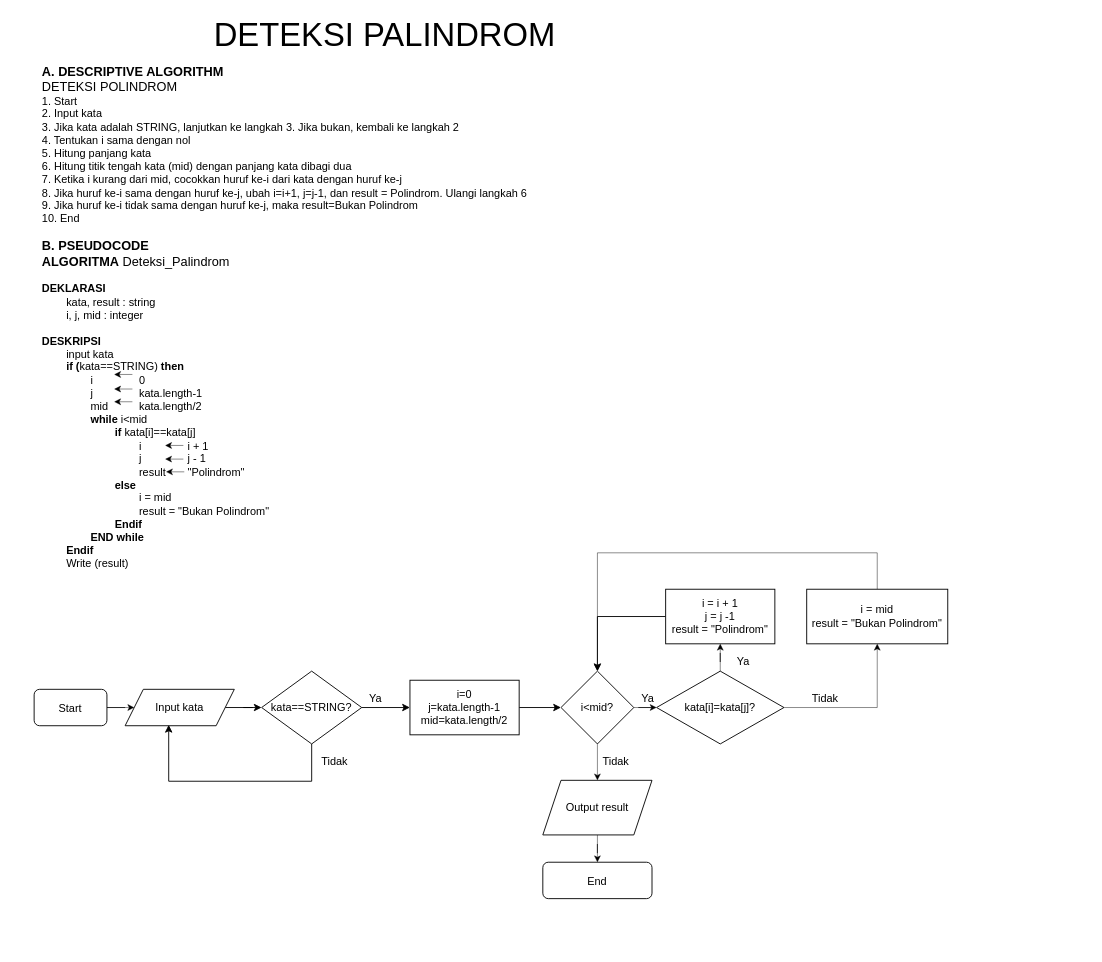
The draw.io diagram palindrom.drawio in juumelisa/fw5-algoritma, before the edit. Source tidied: cells renumbered, new cells numbered last; positions are measured from the earlier drawing's top-left corner, leaving out a move shared by most shapes. Both pictures are drawn from the tidied source at 91%, with x=0, y=0 at pixel (34, 21).
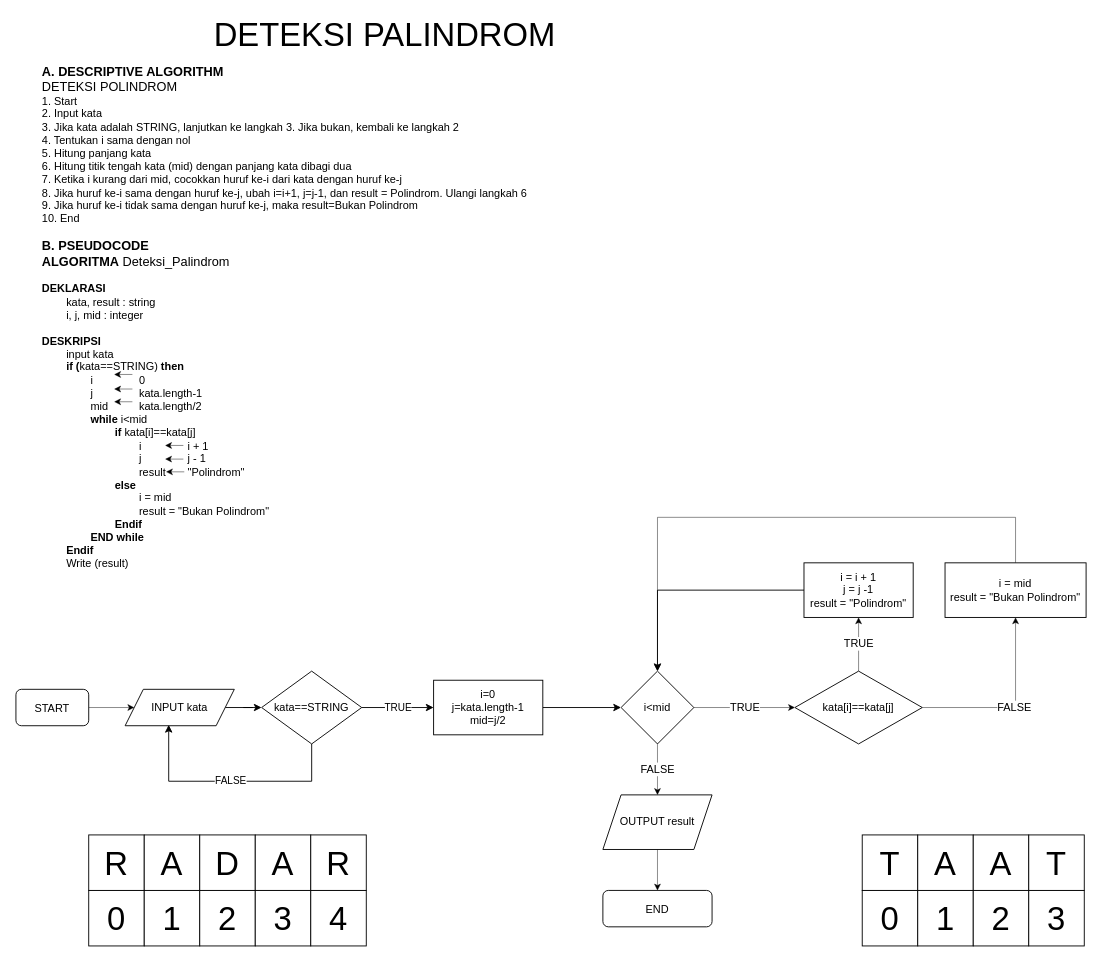
Above is the later version.

Diff of the diagram source:
```diff
@@
-    <mxCell id="12" value="&lt;font style=&quot;font-size: 12px&quot;&gt;Start&lt;/font&gt;" style="rounded=1;whiteSpace=wrap;html=1;fontSize=14;" parent="1" vertex="1">
-      <mxGeometry y="734" width="80" height="40" as="geometry" />
+    <mxCell id="12" value="&lt;font style=&quot;font-size: 12px&quot;&gt;START&lt;/font&gt;" style="rounded=1;whiteSpace=wrap;html=1;fontSize=14;" parent="1" vertex="1">
+      <mxGeometry x="-20" y="734" width="80" height="40" as="geometry" />
     </mxCell>
-    <mxCell id="13" value="&lt;font style=&quot;font-size: 12px&quot;&gt;End&lt;/font&gt;" style="rounded=1;whiteSpace=wrap;html=1;fontSize=14;" parent="1" vertex="1">
-      <mxGeometry x="559" y="924" width="120" height="40" as="geometry" />
+    <mxCell id="13" value="&lt;span style=&quot;font-size: 12px&quot;&gt;END&lt;/span&gt;" style="rounded=1;whiteSpace=wrap;html=1;fontSize=14;" parent="1" vertex="1">
+      <mxGeometry x="625" y="955" width="120" height="40" as="geometry" />
     </mxCell>
@@
-    <mxCell id="15" value="Input kata" style="shape=parallelogram;perimeter=parallelogramPerimeter;whiteSpace=wrap;html=1;fixedSize=1;fontSize=12;" parent="1" vertex="1">
+    <mxCell id="15" value="INPUT kata" style="shape=parallelogram;perimeter=parallelogramPerimeter;whiteSpace=wrap;html=1;fixedSize=1;fontSize=12;" parent="1" vertex="1">
       <mxGeometry x="100" y="734" width="120" height="40" as="geometry" />
     </mxCell>
-    <mxCell id="16" style="edgeStyle=orthogonalEdgeStyle;rounded=0;jettySize=auto;html=1;" parent="1" edge="1" source="17" target="20">
+    <mxCell id="16" style="edgeStyle=orthogonalEdgeStyle;rounded=0;jettySize=auto;html=1;fontSize=36;" parent="1" edge="1" source="17" target="20">
       <mxGeometry relative="1" as="geometry" />
     </mxCell>
-    <mxCell id="17" value="i=0&lt;br&gt;j=kata.length-1&lt;br&gt;mid=kata.length/2" style="rounded=0;whiteSpace=wrap;html=1;fontSize=12;" parent="1" vertex="1">
-      <mxGeometry x="413" y="724" width="120" height="60" as="geometry" />
+    <mxCell id="17" value="i=0&lt;br&gt;j=kata.length-1&lt;br&gt;mid=j/2" style="rounded=0;whiteSpace=wrap;html=1;fontSize=12;" parent="1" vertex="1">
+      <mxGeometry x="439" y="724" width="120" height="60" as="geometry" />
     </mxCell>
-    <mxCell id="18" style="edgeStyle=orthogonalEdgeStyle;rounded=0;jettySize=auto;html=1;fontSize=12;strokeWidth=0.5;" parent="1" edge="1" source="20" target="23">
+    <mxCell id="18" value="TRUE" style="edgeStyle=orthogonalEdgeStyle;rounded=0;jettySize=auto;html=1;fontSize=12;strokeWidth=0.5;" parent="1" edge="1" source="20" target="23">
       <mxGeometry relative="1" as="geometry" />
     </mxCell>
-    <mxCell id="19" style="edgeStyle=orthogonalEdgeStyle;rounded=0;jettySize=auto;html=1;fontSize=12;strokeWidth=0.5;" parent="1" edge="1" source="20" target="29">
+    <mxCell id="19" value="FALSE" style="edgeStyle=orthogonalEdgeStyle;rounded=0;jettySize=auto;html=1;fontSize=12;strokeWidth=0.5;" parent="1" edge="1" source="20" target="29">
       <mxGeometry relative="1" as="geometry" />
     </mxCell>
-    <mxCell id="20" value="i&amp;lt;mid?" style="rhombus;whiteSpace=wrap;html=1;fontSize=12;" parent="1" vertex="1">
-      <mxGeometry x="579" y="714" width="80" height="80" as="geometry" />
+    <mxCell id="20" value="i&amp;lt;mid" style="rhombus;whiteSpace=wrap;html=1;fontSize=12;" parent="1" vertex="1">
+      <mxGeometry x="645" y="714" width="80" height="80" as="geometry" />
     </mxCell>
-    <mxCell id="21" style="edgeStyle=orthogonalEdgeStyle;rounded=0;jettySize=auto;html=1;fontSize=12;strokeWidth=0.5;" parent="1" edge="1" source="23" target="25">
+    <mxCell id="21" value="TRUE" style="edgeStyle=orthogonalEdgeStyle;rounded=0;jettySize=auto;html=1;fontSize=12;strokeWidth=0.5;" parent="1" edge="1" source="23" target="25">
       <mxGeometry relative="1" as="geometry" />
     </mxCell>
-    <mxCell id="22" style="edgeStyle=orthogonalEdgeStyle;rounded=0;jettySize=auto;html=1;fontSize=12;strokeWidth=0.5;" parent="1" edge="1" source="23" target="27">
+    <mxCell id="22" value="FALSE" style="edgeStyle=orthogonalEdgeStyle;rounded=0;jettySize=auto;html=1;fontSize=12;strokeWidth=0.5;" parent="1" edge="1" source="23" target="27">
       <mxGeometry relative="1" as="geometry" />
     </mxCell>
-    <mxCell id="23" value="kata[i]=kata[j]?" style="rhombus;whiteSpace=wrap;html=1;fontSize=12;" parent="1" vertex="1">
-      <mxGeometry x="684" y="714" width="140" height="80" as="geometry" />
+    <mxCell id="23" value="kata[i]==kata[j]" style="rhombus;whiteSpace=wrap;html=1;fontSize=12;" parent="1" vertex="1">
+      <mxGeometry x="836" y="714" width="140" height="80" as="geometry" />
     </mxCell>
@@
     <mxCell id="25" value="i = i + 1&lt;br&gt;j = j -1&lt;br&gt;result = &quot;Polindrom&quot;" style="rounded=0;whiteSpace=wrap;html=1;fontSize=12;" parent="1" vertex="1">
-      <mxGeometry x="694" y="624" width="120" height="60" as="geometry" />
+      <mxGeometry x="846" y="595" width="120" height="60" as="geometry" />
     </mxCell>
     <mxCell id="26" style="edgeStyle=orthogonalEdgeStyle;rounded=0;jettySize=auto;html=1;fontSize=12;strokeWidth=0.5;entryX=0.5;entryY=0;entryDx=0;entryDy=0;" parent="1" edge="1" source="27" target="20">
       <mxGeometry relative="1" as="geometry">
         <Array as="points">
-          <mxPoint x="927" y="584" />
-          <mxPoint x="619" y="584" />
+          <mxPoint x="1079" y="545" />
+          <mxPoint x="685" y="545" />
         </Array>
       </mxGeometry>
     </mxCell>
     <mxCell id="27" value="i = mid&lt;br&gt;result = &quot;Bukan Polindrom&quot;" style="rounded=0;whiteSpace=wrap;html=1;fontSize=12;" parent="1" vertex="1">
-      <mxGeometry x="849" y="624" width="155" height="60" as="geometry" />
+      <mxGeometry x="1001" y="595" width="155" height="60" as="geometry" />
     </mxCell>
@@
-    <mxCell id="29" value="Output result" style="shape=parallelogram;perimeter=parallelogramPerimeter;whiteSpace=wrap;html=1;fixedSize=1;fontSize=12;" parent="1" vertex="1">
-      <mxGeometry x="559" y="834" width="120" height="60" as="geometry" />
+    <mxCell id="29" value="OUTPUT result" style="shape=parallelogram;perimeter=parallelogramPerimeter;whiteSpace=wrap;html=1;fixedSize=1;fontSize=12;" parent="1" vertex="1">
+      <mxGeometry x="625" y="850" width="120" height="60" as="geometry" />
     </mxCell>
-    <mxCell id="30" value="Ya" style="text;html=1;align=center;verticalAlign=middle;fillColor=none;strokeColor=none;rounded=0;fontSize=12;" parent="1" vertex="1">
-      <mxGeometry x="659" y="734" width="30" height="20" as="geometry" />
-    </mxCell>
-    <mxCell id="31" value="Ya" style="text;html=1;align=center;verticalAlign=middle;fillColor=none;strokeColor=none;rounded=0;fontSize=12;" parent="1" vertex="1">
-      <mxGeometry x="764" y="694" width="30" height="20" as="geometry" />
-    </mxCell>
-    <mxCell id="32" value="Tidak" style="text;html=1;align=center;verticalAlign=middle;fillColor=none;strokeColor=none;rounded=0;fontSize=12;" parent="1" vertex="1">
-      <mxGeometry x="619" y="804" width="40" height="20" as="geometry" />
-    </mxCell>
-    <mxCell id="33" value="Tidak" style="text;html=1;align=center;verticalAlign=middle;fillColor=none;strokeColor=none;rounded=0;fontSize=12;" parent="1" vertex="1">
-      <mxGeometry x="849" y="734" width="40" height="20" as="geometry" />
-    </mxCell>
-    <mxCell id="34" style="edgeStyle=orthogonalEdgeStyle;rounded=0;jettySize=auto;html=1;" parent="1" edge="1" source="36" target="17">
+    <mxCell id="34" value="TRUE" style="edgeStyle=orthogonalEdgeStyle;rounded=0;jettySize=auto;html=1;" parent="1" edge="1" source="36" target="17">
       <mxGeometry relative="1" as="geometry" />
     </mxCell>
-    <mxCell id="35" style="edgeStyle=orthogonalEdgeStyle;rounded=0;jettySize=auto;html=1;entryX=0.399;entryY=0.976;entryDx=0;entryDy=0;entryPerimeter=0;" parent="1" edge="1" source="36" target="15">
+    <mxCell id="35" value="FALSE" style="edgeStyle=orthogonalEdgeStyle;rounded=0;jettySize=auto;html=1;entryX=0.399;entryY=0.976;entryDx=0;entryDy=0;entryPerimeter=0;" parent="1" edge="1" source="36" target="15">
       <mxGeometry relative="1" as="geometry">
         <Array as="points">
           <mxPoint x="305" y="835" />
           <mxPoint x="148" y="835" />
         </Array>
       </mxGeometry>
     </mxCell>
-    <mxCell id="36" value="kata==STRING?" style="rhombus;whiteSpace=wrap;html=1;" parent="1" vertex="1">
+    <mxCell id="36" value="kata==STRING" style="rhombus;whiteSpace=wrap;html=1;" parent="1" vertex="1">
       <mxGeometry x="250" y="714" width="110" height="80" as="geometry" />
     </mxCell>
-    <mxCell id="37" value="Tidak" style="text;html=1;align=center;verticalAlign=middle;fillColor=none;strokeColor=none;rounded=0;fontSize=12;" parent="1" vertex="1">
-      <mxGeometry x="310" y="804" width="40" height="20" as="geometry" />
-    </mxCell>
-    <mxCell id="38" value="Ya" style="text;html=1;align=center;verticalAlign=middle;fillColor=none;strokeColor=none;rounded=0;fontSize=12;" parent="1" vertex="1">
-      <mxGeometry x="360" y="734" width="30" height="20" as="geometry" />
-    </mxCell>
+    <mxCell id="39" value="&lt;span style=&quot;font-size: 36px&quot;&gt;R&lt;/span&gt;" style="whiteSpace=wrap;html=1;" parent="1" vertex="1">
+      <mxGeometry x="60" y="894" width="61" height="61" as="geometry" />
+    </mxCell>
+    <mxCell id="40" value="&lt;span style=&quot;font-size: 36px&quot;&gt;A&lt;/span&gt;" style="whiteSpace=wrap;html=1;" parent="1" vertex="1">
+      <mxGeometry x="121" y="894" width="61" height="61" as="geometry" />
+    </mxCell>
+    <mxCell id="41" value="&lt;span style=&quot;font-size: 36px&quot;&gt;D&lt;/span&gt;" style="whiteSpace=wrap;html=1;" parent="1" vertex="1">
+      <mxGeometry x="182" y="894" width="61" height="61" as="geometry" />
+    </mxCell>
+    <mxCell id="42" value="&lt;span style=&quot;font-size: 36px&quot;&gt;A&lt;/span&gt;" style="whiteSpace=wrap;html=1;" parent="1" vertex="1">
+      <mxGeometry x="243" y="894" width="61" height="61" as="geometry" />
+    </mxCell>
+    <mxCell id="43" value="&lt;span style=&quot;font-size: 36px&quot;&gt;R&lt;/span&gt;" style="whiteSpace=wrap;html=1;" parent="1" vertex="1">
+      <mxGeometry x="304" y="894" width="61" height="61" as="geometry" />
+    </mxCell>
+    <mxCell id="44" value="&lt;span style=&quot;font-size: 36px&quot;&gt;0&lt;/span&gt;" style="whiteSpace=wrap;html=1;" parent="1" vertex="1">
+      <mxGeometry x="60" y="955" width="61" height="61" as="geometry" />
+    </mxCell>
+    <mxCell id="45" value="&lt;span style=&quot;font-size: 36px&quot;&gt;1&lt;/span&gt;" style="whiteSpace=wrap;html=1;" parent="1" vertex="1">
+      <mxGeometry x="121" y="955" width="61" height="61" as="geometry" />
+    </mxCell>
+    <mxCell id="46" value="&lt;span style=&quot;font-size: 36px&quot;&gt;2&lt;/span&gt;" style="whiteSpace=wrap;html=1;" parent="1" vertex="1">
+      <mxGeometry x="182" y="955" width="61" height="61" as="geometry" />
+    </mxCell>
+    <mxCell id="47" value="&lt;span style=&quot;font-size: 36px&quot;&gt;3&lt;/span&gt;" style="whiteSpace=wrap;html=1;" parent="1" vertex="1">
+      <mxGeometry x="243" y="955" width="61" height="61" as="geometry" />
+    </mxCell>
+    <mxCell id="48" value="&lt;span style=&quot;font-size: 36px&quot;&gt;4&lt;/span&gt;" style="whiteSpace=wrap;html=1;" parent="1" vertex="1">
+      <mxGeometry x="304" y="955" width="61" height="61" as="geometry" />
+    </mxCell>
+    <mxCell id="49" value="&lt;span style=&quot;font-size: 36px&quot;&gt;T&lt;/span&gt;" style="whiteSpace=wrap;html=1;" parent="1" vertex="1">
+      <mxGeometry x="910" y="894" width="61" height="61" as="geometry" />
+    </mxCell>
+    <mxCell id="50" value="&lt;span style=&quot;font-size: 36px&quot;&gt;A&lt;/span&gt;" style="whiteSpace=wrap;html=1;" parent="1" vertex="1">
+      <mxGeometry x="971" y="894" width="61" height="61" as="geometry" />
+    </mxCell>
+    <mxCell id="51" value="&lt;span style=&quot;font-size: 36px&quot;&gt;A&lt;/span&gt;" style="whiteSpace=wrap;html=1;" parent="1" vertex="1">
+      <mxGeometry x="1032" y="894" width="61" height="61" as="geometry" />
+    </mxCell>
+    <mxCell id="52" value="&lt;span style=&quot;font-size: 36px&quot;&gt;T&lt;/span&gt;" style="whiteSpace=wrap;html=1;" parent="1" vertex="1">
+      <mxGeometry x="1093" y="894" width="61" height="61" as="geometry" />
+    </mxCell>
+    <mxCell id="53" value="&lt;span style=&quot;font-size: 36px&quot;&gt;0&lt;/span&gt;" style="whiteSpace=wrap;html=1;" parent="1" vertex="1">
+      <mxGeometry x="910" y="955" width="61" height="61" as="geometry" />
+    </mxCell>
+    <mxCell id="54" value="&lt;span style=&quot;font-size: 36px&quot;&gt;1&lt;/span&gt;" style="whiteSpace=wrap;html=1;" parent="1" vertex="1">
+      <mxGeometry x="971" y="955" width="61" height="61" as="geometry" />
+    </mxCell>
+    <mxCell id="55" value="&lt;span style=&quot;font-size: 36px&quot;&gt;2&lt;/span&gt;" style="whiteSpace=wrap;html=1;" parent="1" vertex="1">
+      <mxGeometry x="1032" y="955" width="61" height="61" as="geometry" />
+    </mxCell>
+    <mxCell id="56" value="&lt;span style=&quot;font-size: 36px&quot;&gt;3&lt;/span&gt;" style="whiteSpace=wrap;html=1;" parent="1" vertex="1">
+      <mxGeometry x="1093" y="955" width="61" height="61" as="geometry" />
+    </mxCell>
```
